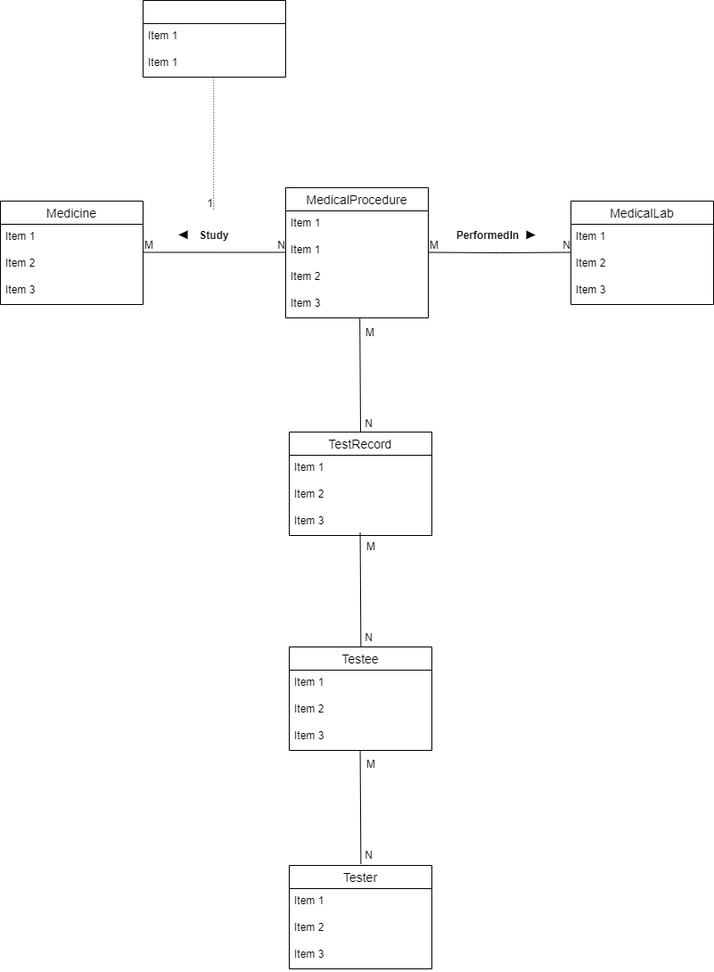
Before: AssignmentProblem1.drawio.png, a diagram exported from draw.io (mrisong/the_beggining). Source tidied: cells renumbered, new cells last; positions are measured from the earlier drawing's top-left corner, leaving out a move shared by most shapes.
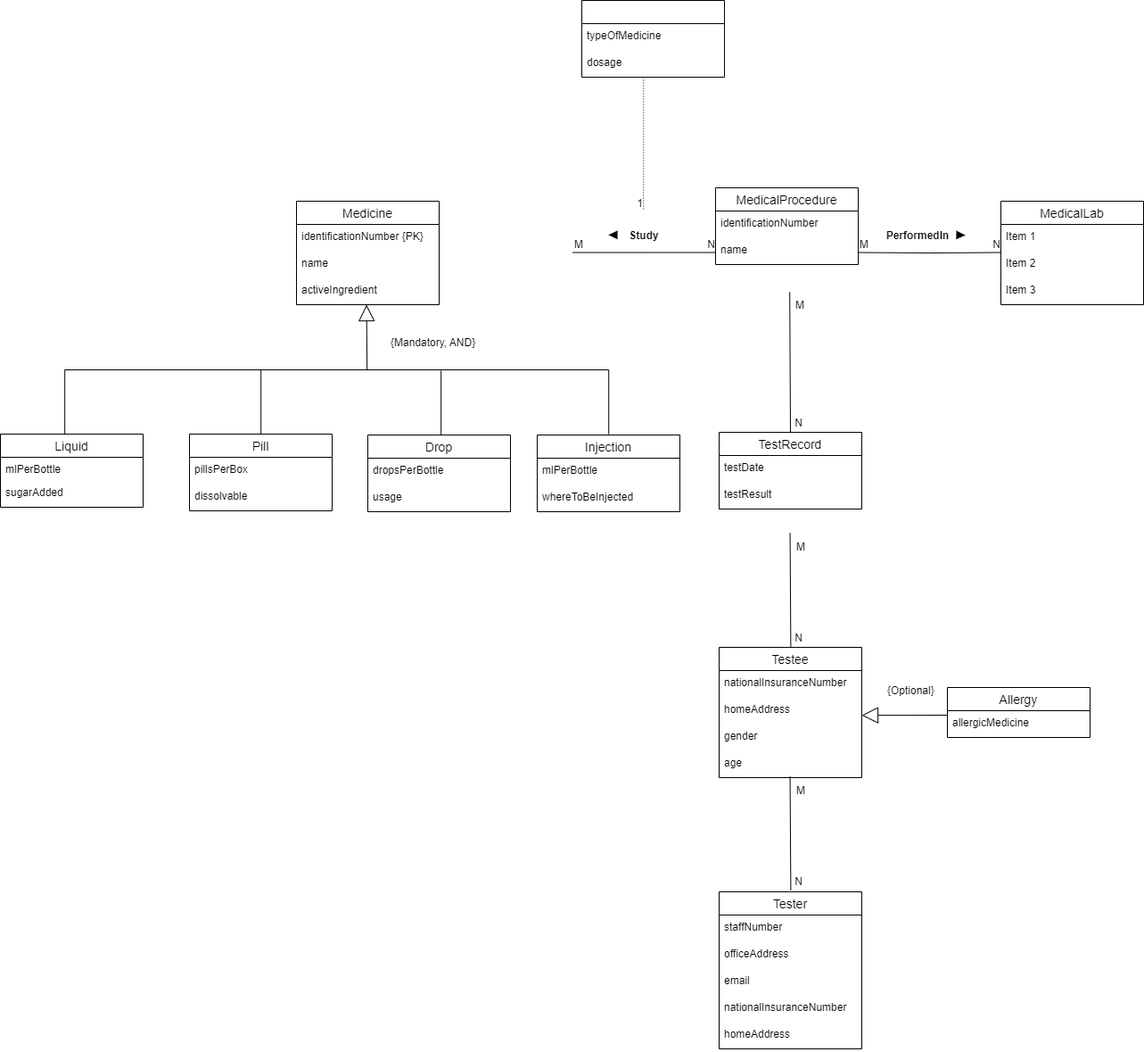
The same diagram one commit later.

Diff of the diagram source:
```diff
@@ -3,20 +3,14 @@
     <mxCell id="0" />
     <mxCell id="1" parent="0" />
     <mxCell id="2" value="MedicalProcedure" style="swimlane;fontStyle=0;horizontal=1;startSize=26;align=center;fontSize=14;" parent="1" vertex="1">
-      <mxGeometry x="320" y="210" width="160" height="146" as="geometry" />
+      <mxGeometry x="320" y="210" width="160" height="86" as="geometry" />
     </mxCell>
-    <mxCell id="3" value="Item 1" style="text;strokeColor=none;fillColor=none;spacingLeft=4;spacingRight=4;overflow=hidden;fontSize=12;" parent="2" vertex="1">
+    <mxCell id="3" value="identificationNumber" style="text;strokeColor=none;fillColor=none;spacingLeft=4;spacingRight=4;overflow=hidden;fontSize=12;" parent="2" vertex="1">
       <mxGeometry y="26" width="160" height="30" as="geometry" />
     </mxCell>
-    <mxCell id="4" value="Item 1" style="text;strokeColor=none;fillColor=none;spacingLeft=4;spacingRight=4;overflow=hidden;fontSize=12;" parent="2" vertex="1">
+    <mxCell id="4" value="name" style="text;strokeColor=none;fillColor=none;spacingLeft=4;spacingRight=4;overflow=hidden;fontSize=12;" parent="2" vertex="1">
       <mxGeometry y="56" width="160" height="30" as="geometry" />
     </mxCell>
-    <mxCell id="5" value="Item 2" style="text;strokeColor=none;fillColor=none;spacingLeft=4;spacingRight=4;overflow=hidden;fontSize=12;" parent="2" vertex="1">
-      <mxGeometry y="86" width="160" height="30" as="geometry" />
-    </mxCell>
-    <mxCell id="6" value="Item 3" style="text;strokeColor=none;fillColor=none;spacingLeft=4;spacingRight=4;overflow=hidden;points=[[0,0.5],[1,0.5]];portConstraint=eastwest;fontSize=12;" parent="2" vertex="1">
-      <mxGeometry y="116" width="160" height="30" as="geometry" />
-    </mxCell>
     <mxCell id="7" value="MedicalLab" style="swimlane;fontStyle=0;horizontal=1;startSize=26;align=center;fontSize=14;" parent="1" vertex="1">
       <mxGeometry x="640" y="225" width="160" height="116" as="geometry" />
     </mxCell>
@@ -30,53 +24,59 @@
       <mxGeometry y="86" width="160" height="30" as="geometry" />
     </mxCell>
     <mxCell id="11" value="Medicine" style="swimlane;fontStyle=0;horizontal=1;startSize=26;align=center;fontSize=14;" parent="1" vertex="1">
-      <mxGeometry y="225" width="160" height="116" as="geometry" />
+      <mxGeometry x="-150" y="225" width="160" height="116" as="geometry" />
     </mxCell>
-    <mxCell id="12" value="Item 1" style="text;strokeColor=none;fillColor=none;spacingLeft=4;spacingRight=4;overflow=hidden;fontSize=12;" parent="11" vertex="1">
+    <mxCell id="12" value="identificationNumber {PK}" style="text;strokeColor=none;fillColor=none;spacingLeft=4;spacingRight=4;overflow=hidden;fontSize=12;" parent="11" vertex="1">
       <mxGeometry y="26" width="160" height="30" as="geometry" />
     </mxCell>
-    <mxCell id="13" value="Item 2" style="text;strokeColor=none;fillColor=none;spacingLeft=4;spacingRight=4;overflow=hidden;fontSize=12;" parent="11" vertex="1">
+    <mxCell id="13" value="name" style="text;strokeColor=none;fillColor=none;spacingLeft=4;spacingRight=4;overflow=hidden;fontSize=12;" parent="11" vertex="1">
       <mxGeometry y="56" width="160" height="30" as="geometry" />
     </mxCell>
-    <mxCell id="14" value="Item 3" style="text;strokeColor=none;fillColor=none;spacingLeft=4;spacingRight=4;overflow=hidden;fontSize=12;" parent="11" vertex="1">
+    <mxCell id="14" value="activeIngredient" style="text;strokeColor=none;fillColor=none;spacingLeft=4;spacingRight=4;overflow=hidden;fontSize=12;" parent="11" vertex="1">
       <mxGeometry y="86" width="160" height="30" as="geometry" />
     </mxCell>
     <mxCell id="15" value="TestRecord" style="swimlane;fontStyle=0;horizontal=1;startSize=26;align=center;fontSize=14;" parent="1" vertex="1">
-      <mxGeometry x="324" y="484" width="160" height="116" as="geometry" />
+      <mxGeometry x="324" y="484" width="160" height="86" as="geometry" />
     </mxCell>
-    <mxCell id="16" value="Item 1" style="text;strokeColor=none;fillColor=none;spacingLeft=4;spacingRight=4;overflow=hidden;fontSize=12;" parent="15" vertex="1">
+    <mxCell id="16" value="testDate" style="text;strokeColor=none;fillColor=none;spacingLeft=4;spacingRight=4;overflow=hidden;fontSize=12;" parent="15" vertex="1">
       <mxGeometry y="26" width="160" height="30" as="geometry" />
     </mxCell>
-    <mxCell id="17" value="Item 2" style="text;strokeColor=none;fillColor=none;spacingLeft=4;spacingRight=4;overflow=hidden;fontSize=12;" parent="15" vertex="1">
+    <mxCell id="17" value="testResult" style="text;strokeColor=none;fillColor=none;spacingLeft=4;spacingRight=4;overflow=hidden;fontSize=12;" parent="15" vertex="1">
       <mxGeometry y="56" width="160" height="30" as="geometry" />
     </mxCell>
-    <mxCell id="18" value="Item 3" style="text;strokeColor=none;fillColor=none;spacingLeft=4;spacingRight=4;overflow=hidden;fontSize=12;" parent="15" vertex="1">
-      <mxGeometry y="86" width="160" height="30" as="geometry" />
-    </mxCell>
     <mxCell id="19" value="Testee" style="swimlane;fontStyle=0;horizontal=1;startSize=26;align=center;fontSize=14;" parent="1" vertex="1">
-      <mxGeometry x="324" y="725" width="160" height="116" as="geometry" />
+      <mxGeometry x="324" y="725" width="160" height="146" as="geometry" />
     </mxCell>
-    <mxCell id="20" value="Item 1" style="text;strokeColor=none;fillColor=none;spacingLeft=4;spacingRight=4;overflow=hidden;fontSize=12;" parent="19" vertex="1">
+    <mxCell id="20" value="nationalInsuranceNumber" style="text;strokeColor=none;fillColor=none;spacingLeft=4;spacingRight=4;overflow=hidden;fontSize=12;" parent="19" vertex="1">
       <mxGeometry y="26" width="160" height="30" as="geometry" />
     </mxCell>
-    <mxCell id="21" value="Item 2" style="text;strokeColor=none;fillColor=none;spacingLeft=4;spacingRight=4;overflow=hidden;fontSize=12;" parent="19" vertex="1">
+    <mxCell id="21" value="homeAddress" style="text;strokeColor=none;fillColor=none;spacingLeft=4;spacingRight=4;overflow=hidden;fontSize=12;" parent="19" vertex="1">
       <mxGeometry y="56" width="160" height="30" as="geometry" />
     </mxCell>
-    <mxCell id="22" value="Item 3" style="text;strokeColor=none;fillColor=none;spacingLeft=4;spacingRight=4;overflow=hidden;fontSize=12;" parent="19" vertex="1">
+    <mxCell id="22" value="gender" style="text;strokeColor=none;fillColor=none;spacingLeft=4;spacingRight=4;overflow=hidden;fontSize=12;" parent="19" vertex="1">
       <mxGeometry y="86" width="160" height="30" as="geometry" />
     </mxCell>
+    <mxCell id="51" value="age" style="text;strokeColor=none;fillColor=none;spacingLeft=4;spacingRight=4;overflow=hidden;fontSize=12;" parent="19" vertex="1">
+      <mxGeometry y="116" width="160" height="30" as="geometry" />
+    </mxCell>
     <mxCell id="23" value="Tester" style="swimlane;fontStyle=0;horizontal=1;startSize=26;align=center;fontSize=14;" parent="1" vertex="1">
-      <mxGeometry x="324" y="970" width="160" height="116" as="geometry" />
+      <mxGeometry x="324" y="999" width="160" height="176" as="geometry" />
     </mxCell>
-    <mxCell id="24" value="Item 1" style="text;strokeColor=none;fillColor=none;spacingLeft=4;spacingRight=4;overflow=hidden;fontSize=12;" parent="23" vertex="1">
+    <mxCell id="24" value="staffNumber" style="text;strokeColor=none;fillColor=none;spacingLeft=4;spacingRight=4;overflow=hidden;fontSize=12;" parent="23" vertex="1">
       <mxGeometry y="26" width="160" height="30" as="geometry" />
     </mxCell>
-    <mxCell id="25" value="Item 2" style="text;strokeColor=none;fillColor=none;spacingLeft=4;spacingRight=4;overflow=hidden;fontSize=12;" parent="23" vertex="1">
+    <mxCell id="25" value="officeAddress" style="text;strokeColor=none;fillColor=none;spacingLeft=4;spacingRight=4;overflow=hidden;fontSize=12;" parent="23" vertex="1">
       <mxGeometry y="56" width="160" height="30" as="geometry" />
     </mxCell>
-    <mxCell id="26" value="Item 3" style="text;strokeColor=none;fillColor=none;spacingLeft=4;spacingRight=4;overflow=hidden;fontSize=12;" parent="23" vertex="1">
+    <mxCell id="26" value="email" style="text;strokeColor=none;fillColor=none;spacingLeft=4;spacingRight=4;overflow=hidden;fontSize=12;" parent="23" vertex="1">
       <mxGeometry y="86" width="160" height="30" as="geometry" />
     </mxCell>
+    <mxCell id="52" value="nationalInsuranceNumber" style="text;strokeColor=none;fillColor=none;spacingLeft=4;spacingRight=4;overflow=hidden;fontSize=12;" parent="23" vertex="1">
+      <mxGeometry y="116" width="160" height="30" as="geometry" />
+    </mxCell>
+    <mxCell id="53" value="homeAddress" style="text;strokeColor=none;fillColor=none;spacingLeft=4;spacingRight=4;overflow=hidden;fontSize=12;" parent="23" vertex="1">
+      <mxGeometry y="146" width="160" height="30" as="geometry" />
+    </mxCell>
     <mxCell id="27" style="endArrow=none;html=1;rounded=0;" parent="1" edge="1">
       <mxGeometry relative="1" as="geometry">
         <mxPoint x="160" y="282.5" as="sourcePoint" />
@@ -104,8 +104,10 @@
     <mxCell id="32" value="N" style="html=1;align=right;verticalAlign=bottom;" parent="30" vertex="1">
       <mxGeometry x="1" relative="1" as="geometry" />
     </mxCell>
-    <mxCell id="33" style="endArrow=none;html=1;rounded=0;entryX=0.5;entryY=0;entryDx=0;entryDy=0;exitX=0.52;exitY=1.026;exitDx=0;exitDy=0;exitPerimeter=0;" parent="1" edge="1" source="6" target="15">
-      <mxGeometry relative="1" as="geometry" />
+    <mxCell id="33" style="endArrow=none;html=1;rounded=0;entryX=0.5;entryY=0;entryDx=0;entryDy=0;exitX=0.52;exitY=1.026;exitDx=0;exitDy=0;exitPerimeter=0;" parent="1" edge="1" target="15">
+      <mxGeometry relative="1" as="geometry">
+        <mxPoint x="403.2" y="326.8" as="sourcePoint" />
+      </mxGeometry>
     </mxCell>
     <mxCell id="34" value="M" style="html=1;align=left;verticalAlign=bottom;" parent="33" vertex="1">
       <mxGeometry x="-1" relative="1" as="geometry">
@@ -135,8 +137,8 @@
     </mxCell>
     <mxCell id="39" style="endArrow=none;html=1;rounded=0;entryX=0.5;entryY=0;entryDx=0;entryDy=0;exitX=0.52;exitY=1.026;exitDx=0;exitDy=0;exitPerimeter=0;" parent="1" edge="1">
       <mxGeometry relative="1" as="geometry">
-        <mxPoint x="403.6" y="841" as="sourcePoint" />
-        <mxPoint x="404.4" y="968.2" as="targetPoint" />
+        <mxPoint x="403.6" y="870" as="sourcePoint" />
+        <mxPoint x="404.4" y="997.2" as="targetPoint" />
       </mxGeometry>
     </mxCell>
     <mxCell id="40" value="M" style="html=1;align=left;verticalAlign=bottom;" parent="39" vertex="1">
@@ -158,15 +160,6 @@
     <mxCell id="43" value="1" style="html=1;align=right;verticalAlign=bottom;" parent="42" vertex="1">
       <mxGeometry x="1" relative="1" as="geometry" />
     </mxCell>
-    <mxCell id="44" style="swimlane;fontStyle=0;horizontal=1;startSize=26;align=center;fontSize=14;" parent="1" vertex="1">
-      <mxGeometry x="160" width="160" height="86" as="geometry" />
-    </mxCell>
-    <mxCell id="45" value="Item 1" style="text;strokeColor=none;fillColor=none;spacingLeft=4;spacingRight=4;overflow=hidden;fontSize=12;" parent="44" vertex="1">
-      <mxGeometry y="26" width="160" height="30" as="geometry" />
-    </mxCell>
-    <mxCell id="46" value="Item 1" style="text;strokeColor=none;fillColor=none;spacingLeft=4;spacingRight=4;overflow=hidden;fontSize=12;" parent="44" vertex="1">
-      <mxGeometry y="56" width="160" height="30" as="geometry" />
-    </mxCell>
     <mxCell id="47" value="Study" style="text;align=center;fontStyle=1;verticalAlign=middle;spacingLeft=3;spacingRight=3;strokeColor=none;points=[[0,0.5],[1,0.5]];portConstraint=eastwest;" parent="1" vertex="1">
       <mxGeometry x="200" y="250" width="80" height="26" as="geometry" />
     </mxCell>
@@ -184,5 +177,100 @@
         <mxPoint x="600" y="263.1" as="targetPoint" />
       </mxGeometry>
     </mxCell>
+    <mxCell id="54" value="Injection" style="swimlane;fontStyle=0;horizontal=1;startSize=26;align=center;fontSize=14;" parent="1" vertex="1">
+      <mxGeometry x="120" y="487" width="160" height="86" as="geometry" />
+    </mxCell>
+    <mxCell id="55" value="mlPerBottle" style="text;strokeColor=none;fillColor=none;spacingLeft=4;spacingRight=4;overflow=hidden;fontSize=12;" parent="54" vertex="1">
+      <mxGeometry y="26" width="160" height="30" as="geometry" />
+    </mxCell>
+    <mxCell id="56" value="whereToBeInjected" style="text;strokeColor=none;fillColor=none;spacingLeft=4;spacingRight=4;overflow=hidden;fontSize=12;" parent="54" vertex="1">
+      <mxGeometry y="56" width="160" height="30" as="geometry" />
+    </mxCell>
+    <mxCell id="57" value="Drop" style="swimlane;fontStyle=0;horizontal=1;startSize=26;align=center;fontSize=14;" parent="1" vertex="1">
+      <mxGeometry x="-70" y="487" width="160" height="86" as="geometry" />
+    </mxCell>
+    <mxCell id="58" value="dropsPerBottle" style="text;strokeColor=none;fillColor=none;spacingLeft=4;spacingRight=4;overflow=hidden;fontSize=12;" parent="57" vertex="1">
+      <mxGeometry y="26" width="160" height="30" as="geometry" />
+    </mxCell>
+    <mxCell id="59" value="usage" style="text;strokeColor=none;fillColor=none;spacingLeft=4;spacingRight=4;overflow=hidden;fontSize=12;" parent="57" vertex="1">
+      <mxGeometry y="56" width="160" height="30" as="geometry" />
+    </mxCell>
+    <mxCell id="60" value="Pill" style="swimlane;fontStyle=0;horizontal=1;startSize=26;align=center;fontSize=14;" parent="1" vertex="1">
+      <mxGeometry x="-270" y="486" width="160" height="86" as="geometry" />
+    </mxCell>
+    <mxCell id="61" value="pillsPerBox" style="text;strokeColor=none;fillColor=none;spacingLeft=4;spacingRight=4;overflow=hidden;fontSize=12;" parent="60" vertex="1">
+      <mxGeometry y="26" width="160" height="30" as="geometry" />
+    </mxCell>
+    <mxCell id="62" value="dissolvable" style="text;strokeColor=none;fillColor=none;spacingLeft=4;spacingRight=4;overflow=hidden;fontSize=12;" parent="60" vertex="1">
+      <mxGeometry y="56" width="160" height="30" as="geometry" />
+    </mxCell>
+    <mxCell id="63" value="Liquid" style="swimlane;fontStyle=0;horizontal=1;startSize=26;align=center;fontSize=14;" parent="1" vertex="1">
+      <mxGeometry x="-482" y="486" width="160" height="82" as="geometry" />
+    </mxCell>
+    <mxCell id="64" value="mlPerBottle" style="text;strokeColor=none;fillColor=none;spacingLeft=4;spacingRight=4;overflow=hidden;fontSize=12;" parent="63" vertex="1">
+      <mxGeometry y="26" width="160" height="26" as="geometry" />
+    </mxCell>
+    <mxCell id="65" value="sugarAdded" style="text;strokeColor=none;fillColor=none;spacingLeft=4;spacingRight=4;overflow=hidden;fontSize=12;" parent="63" vertex="1">
+      <mxGeometry y="52" width="160" height="30" as="geometry" />
+    </mxCell>
+    <mxCell id="66" style="endArrow=block;endSize=16;endFill=0;html=1;rounded=0;exitX=0.556;exitY=0.5;exitDx=0;exitDy=0;exitPerimeter=0;" parent="1" edge="1" source="67">
+      <mxGeometry relative="1" as="geometry">
+        <mxPoint x="-71.4" y="341" as="targetPoint" />
+      </mxGeometry>
+    </mxCell>
+    <mxCell id="67" style="line;strokeWidth=1;fillColor=none;align=left;verticalAlign=middle;spacingTop=-1;spacingLeft=3;spacingRight=3;labelPosition=right;points=[];portConstraint=eastwest;strokeColor=inherit;" parent="1" vertex="1">
+      <mxGeometry x="-410" y="410" width="610" height="8" as="geometry" />
+    </mxCell>
+    <mxCell id="68" style="shape=partialRectangle;fillColor=none;align=left;verticalAlign=middle;strokeColor=none;spacingLeft=34;" parent="1" vertex="1">
+      <mxGeometry x="-415" y="414" width="13" height="72" as="geometry" />
+    </mxCell>
+    <mxCell id="69" style="shape=partialRectangle;top=0;left=0;bottom=0;fillColor=none;stokeWidth=1;align=left;verticalAlign=middle;spacingLeft=4;spacingRight=4;overflow=hidden;" parent="68" vertex="1">
+      <mxGeometry width="5.2" height="72" as="geometry" />
+    </mxCell>
+    <mxCell id="70" style="shape=partialRectangle;fillColor=none;align=left;verticalAlign=middle;strokeColor=none;spacingLeft=34;" parent="1" vertex="1">
+      <mxGeometry x="-195" y="414" width="13" height="72" as="geometry" />
+    </mxCell>
+    <mxCell id="71" style="shape=partialRectangle;top=0;left=0;bottom=0;fillColor=none;stokeWidth=1;align=left;verticalAlign=middle;spacingLeft=4;spacingRight=4;overflow=hidden;" parent="70" vertex="1">
+      <mxGeometry width="5.2" height="72" as="geometry" />
+    </mxCell>
+    <mxCell id="72" style="shape=partialRectangle;fillColor=none;align=left;verticalAlign=middle;strokeColor=none;spacingLeft=34;" parent="1" vertex="1">
+      <mxGeometry x="7" y="415" width="13" height="72" as="geometry" />
+    </mxCell>
+    <mxCell id="73" style="shape=partialRectangle;top=0;left=0;bottom=0;fillColor=none;stokeWidth=1;align=left;verticalAlign=middle;spacingLeft=4;spacingRight=4;overflow=hidden;" parent="72" vertex="1">
+      <mxGeometry width="5.2" height="72" as="geometry" />
+    </mxCell>
+    <mxCell id="74" style="shape=partialRectangle;fillColor=none;align=left;verticalAlign=middle;strokeColor=none;spacingLeft=34;" parent="1" vertex="1">
+      <mxGeometry x="195" y="414" width="13" height="72" as="geometry" />
+    </mxCell>
+    <mxCell id="75" style="shape=partialRectangle;top=0;left=0;bottom=0;fillColor=none;stokeWidth=1;align=left;verticalAlign=middle;spacingLeft=4;spacingRight=4;overflow=hidden;" parent="74" vertex="1">
+      <mxGeometry width="5.2" height="72" as="geometry" />
+    </mxCell>
+    <mxCell id="76" value="{Mandatory, AND}" style="text;strokeColor=none;fillColor=none;spacingLeft=4;spacingRight=4;overflow=hidden;fontSize=12;" parent="1" vertex="1">
+      <mxGeometry x="-50" y="370" width="120" height="30" as="geometry" />
+    </mxCell>
+    <mxCell id="77" style="swimlane;fontStyle=0;horizontal=1;startSize=26;align=center;fontSize=14;" parent="1" vertex="1">
+      <mxGeometry x="170" width="160" height="86" as="geometry" />
+    </mxCell>
+    <mxCell id="78" value="typeOfMedicine" style="text;strokeColor=none;fillColor=none;spacingLeft=4;spacingRight=4;overflow=hidden;fontSize=12;" parent="77" vertex="1">
+      <mxGeometry y="26" width="160" height="30" as="geometry" />
+    </mxCell>
+    <mxCell id="79" value="dosage" style="text;strokeColor=none;fillColor=none;spacingLeft=4;spacingRight=4;overflow=hidden;fontSize=12;" parent="77" vertex="1">
+      <mxGeometry y="56" width="160" height="30" as="geometry" />
+    </mxCell>
+    <mxCell id="80" style="endArrow=block;endSize=16;endFill=0;html=1;rounded=0;entryX=1.017;entryY=-0.111;entryDx=0;entryDy=0;entryPerimeter=0;" parent="1" edge="1">
+      <mxGeometry relative="1" as="geometry">
+        <mxPoint x="580" y="801" as="sourcePoint" />
+        <mxPoint x="484" y="801.2" as="targetPoint" />
+      </mxGeometry>
+    </mxCell>
+    <mxCell id="81" value="{Optional}" style="text;strokeColor=none;fillColor=none;spacingLeft=4;spacingRight=4;overflow=hidden;fontSize=12;" parent="1" vertex="1">
+      <mxGeometry x="507" y="760" width="111.4" height="29" as="geometry" />
+    </mxCell>
+    <mxCell id="82" value="Allergy" style="swimlane;fontStyle=0;horizontal=1;startSize=26;align=center;fontSize=14;" parent="1" vertex="1">
+      <mxGeometry x="580" y="770" width="160" height="56" as="geometry" />
+    </mxCell>
+    <mxCell id="83" value="allergicMedicine" style="text;strokeColor=none;fillColor=none;spacingLeft=4;spacingRight=4;overflow=hidden;fontSize=12;" parent="82" vertex="1">
+      <mxGeometry y="26" width="160" height="30" as="geometry" />
+    </mxCell>
   </root>
 </mxGraphModel>
```
